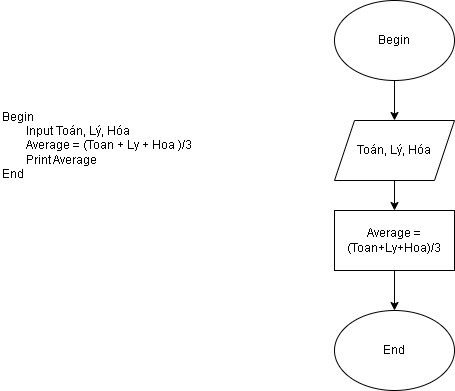
Before: ss3_ma_gia_va_luu_do/thuc_hanh/bai1_magia_luudo.drawio.png, a diagram exported from draw.io (hongochieu/CGDN-H-Ng-c-Hi-u-c0225l1-jv103). Source tidied: cells renumbered, new cells last; positions are measured from the earlier drawing's top-left corner, leaving out a move shared by most shapes.
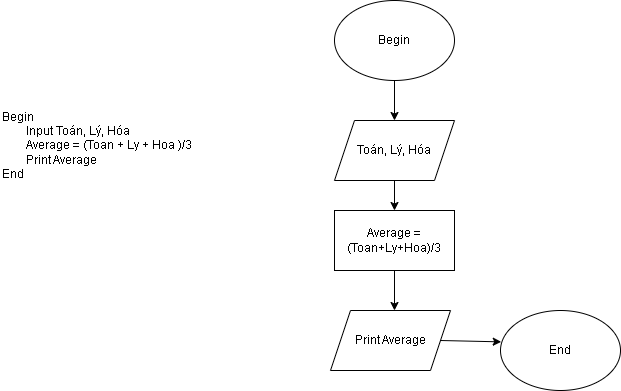
Above is the later version.

The edit, as a diff of the source:
```diff
@@ -28,7 +28,15 @@
       </mxGeometry>
     </mxCell>
     <mxCell id="9" value="End" style="ellipse;whiteSpace=wrap;html=1;" parent="1" vertex="1">
-      <mxGeometry x="334" y="310" width="120" height="80" as="geometry" />
+      <mxGeometry x="500" y="310" width="120" height="80" as="geometry" />
     </mxCell>
+    <mxCell id="10" value="Print Average" style="shape=parallelogram;perimeter=parallelogramPerimeter;whiteSpace=wrap;html=1;fixedSize=1;" parent="1" vertex="1">
+      <mxGeometry x="330" y="310" width="120" height="60" as="geometry" />
+    </mxCell>
+    <mxCell id="11" style="endArrow=classic;html=1;rounded=0;entryX=0.006;entryY=0.392;entryDx=0;entryDy=0;entryPerimeter=0;" parent="1" edge="1" target="9">
+      <mxGeometry relative="1" as="geometry">
+        <mxPoint x="440" y="340" as="sourcePoint" />
+      </mxGeometry>
+    </mxCell>
   </root>
 </mxGraphModel>
```
